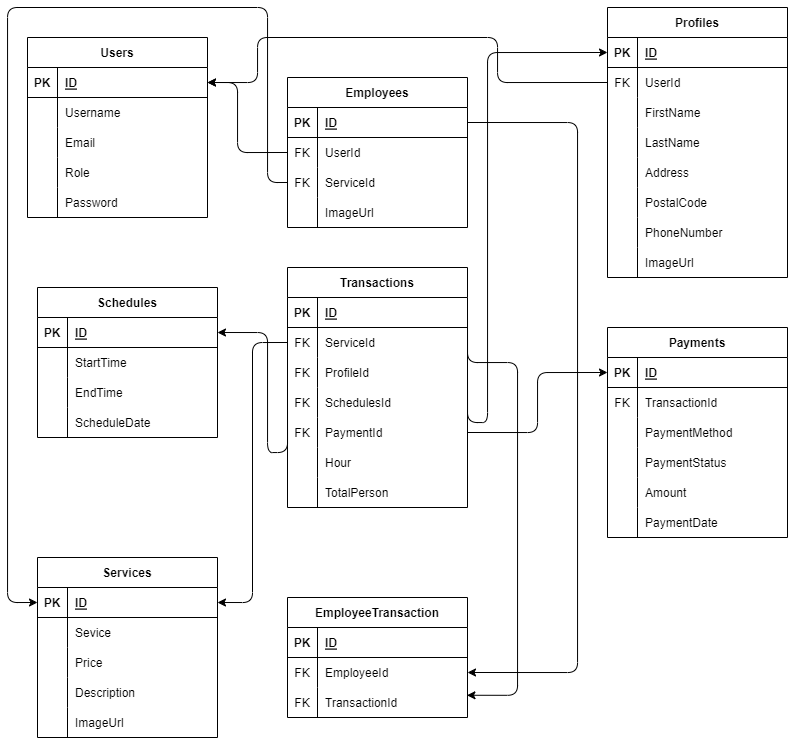
This is schema.drawio.png from Go-Cleen/SpotlessNess, a draw.io export, as it was before one commit. Source tidied: cells renumbered, new cells last; positions are measured from the earlier drawing's top-left corner, leaving out a move shared by most shapes.
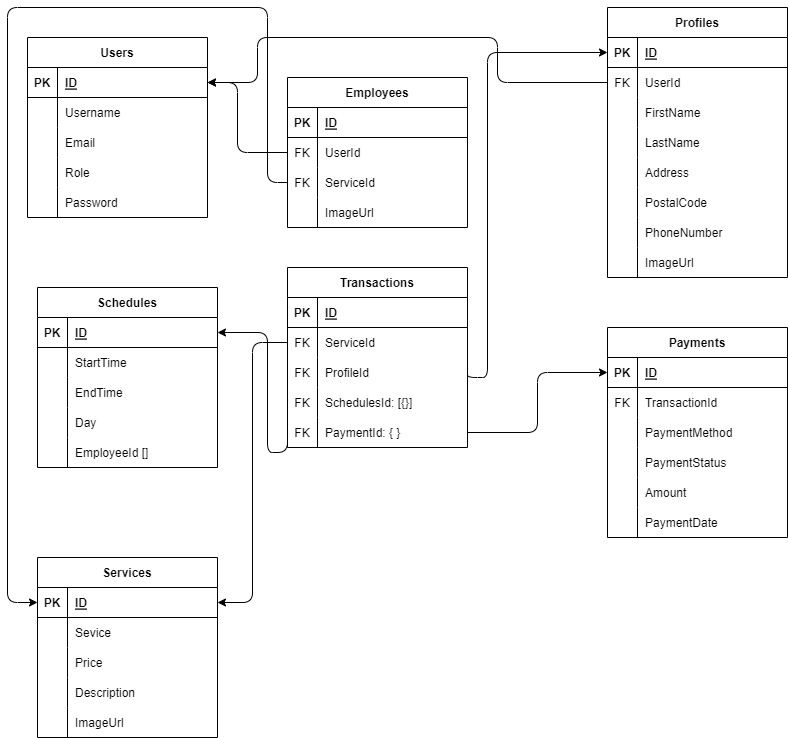
The same diagram one commit later.

The edit, as a diff of the source:
```diff
@@ -174,7 +174,7 @@
       <mxGeometry x="30" width="150" height="30" as="geometry" />
     </mxCell>
     <mxCell id="59" value="Transactions" style="shape=table;startSize=30;rowLines=0;fontStyle=1;align=center;" parent="1" vertex="1">
-      <mxGeometry x="280" y="260" width="180" height="240" as="geometry" />
+      <mxGeometry x="280" y="260" width="180" height="180" as="geometry" />
     </mxCell>
     <mxCell id="60" style="shape=tableRow;horizontal=0;startSize=0;swimlaneHead=0;swimlaneBody=0;fillColor=none;points=[[0,0.5],[1,0.5]];portConstraint=eastwest;top=0;left=0;right=0;bottom=1;" parent="59" vertex="1">
       <mxGeometry y="30" width="180" height="30" as="geometry" />
@@ -209,7 +209,7 @@
     <mxCell id="70" value="FK" style="shape=partialRectangle;fillColor=none;top=0;left=0;bottom=0;right=0;overflow=hidden;" parent="69" vertex="1">
       <mxGeometry width="30" height="30" as="geometry" />
     </mxCell>
-    <mxCell id="71" value="SchedulesId" style="shape=partialRectangle;fillColor=none;top=0;left=0;bottom=0;right=0;align=left;spacingLeft=6;overflow=hidden;" parent="69" vertex="1">
+    <mxCell id="71" value="SchedulesId: [{}]" style="shape=partialRectangle;fillColor=none;top=0;left=0;bottom=0;right=0;align=left;spacingLeft=6;overflow=hidden;" parent="69" vertex="1">
       <mxGeometry x="30" width="150" height="30" as="geometry" />
     </mxCell>
     <mxCell id="72" style="shape=tableRow;horizontal=0;startSize=0;swimlaneHead=0;swimlaneBody=0;fillColor=none;points=[[0,0.5],[1,0.5]];portConstraint=eastwest;top=0;left=0;right=0;bottom=0;" parent="59" vertex="1">
@@ -218,27 +218,9 @@
     <mxCell id="73" value="FK" style="shape=partialRectangle;fillColor=none;top=0;left=0;bottom=0;right=0;overflow=hidden;" parent="72" vertex="1">
       <mxGeometry width="30" height="30" as="geometry" />
     </mxCell>
-    <mxCell id="74" value="PaymentId" style="shape=partialRectangle;fillColor=none;top=0;left=0;bottom=0;right=0;align=left;spacingLeft=6;overflow=hidden;" parent="72" vertex="1">
+    <mxCell id="74" value="PaymentId: { }" style="shape=partialRectangle;fillColor=none;top=0;left=0;bottom=0;right=0;align=left;spacingLeft=6;overflow=hidden;" parent="72" vertex="1">
       <mxGeometry x="30" width="150" height="30" as="geometry" />
     </mxCell>
-    <mxCell id="75" style="shape=tableRow;horizontal=0;startSize=0;swimlaneHead=0;swimlaneBody=0;fillColor=none;top=0;left=0;right=0;bottom=0;" parent="59" vertex="1">
-      <mxGeometry y="180" width="180" height="30" as="geometry" />
-    </mxCell>
-    <mxCell id="76" style="shape=partialRectangle;fillColor=none;top=0;left=0;bottom=0;right=0;overflow=hidden;" parent="75" vertex="1">
-      <mxGeometry width="30" height="30" as="geometry" />
-    </mxCell>
-    <mxCell id="77" value="Hour" style="shape=partialRectangle;fillColor=none;top=0;left=0;bottom=0;right=0;align=left;spacingLeft=6;overflow=hidden;" parent="75" vertex="1">
-      <mxGeometry x="30" width="150" height="30" as="geometry" />
-    </mxCell>
-    <mxCell id="78" style="shape=tableRow;horizontal=0;startSize=0;swimlaneHead=0;swimlaneBody=0;fillColor=none;top=0;left=0;right=0;bottom=0;" parent="59" vertex="1">
-      <mxGeometry y="210" width="180" height="30" as="geometry" />
-    </mxCell>
-    <mxCell id="79" style="shape=partialRectangle;fillColor=none;top=0;left=0;bottom=0;right=0;overflow=hidden;" parent="78" vertex="1">
-      <mxGeometry width="30" height="30" as="geometry" />
-    </mxCell>
-    <mxCell id="80" value="TotalPerson" style="shape=partialRectangle;fillColor=none;top=0;left=0;bottom=0;right=0;align=left;spacingLeft=6;overflow=hidden;" parent="78" vertex="1">
-      <mxGeometry x="30" width="150" height="30" as="geometry" />
-    </mxCell>
     <mxCell id="81" value="Employees" style="shape=table;startSize=30;rowLines=0;fontStyle=1;align=center;" parent="1" vertex="1">
       <mxGeometry x="280" y="70" width="180" height="150" as="geometry" />
     </mxCell>
@@ -336,7 +318,7 @@
       <mxGeometry x="30" width="150" height="30" as="geometry" />
     </mxCell>
     <mxCell id="113" value="Schedules" style="shape=table;startSize=30;rowLines=0;fontStyle=1;align=center;" parent="1" vertex="1">
-      <mxGeometry x="30" y="280" width="180" height="150" as="geometry" />
+      <mxGeometry x="30" y="280" width="180" height="180" as="geometry" />
     </mxCell>
     <mxCell id="114" style="shape=tableRow;horizontal=0;startSize=0;swimlaneHead=0;swimlaneBody=0;fillColor=none;points=[[0,0.5],[1,0.5]];portConstraint=eastwest;top=0;left=0;right=0;bottom=1;" parent="113" vertex="1">
       <mxGeometry y="30" width="180" height="30" as="geometry" />
@@ -365,13 +347,22 @@
     <mxCell id="122" value="EndTime" style="shape=partialRectangle;fillColor=none;top=0;left=0;bottom=0;right=0;align=left;spacingLeft=6;overflow=hidden;" parent="120" vertex="1">
       <mxGeometry x="30" width="150" height="30" as="geometry" />
     </mxCell>
+    <mxCell id="145" style="shape=tableRow;horizontal=0;startSize=0;swimlaneHead=0;swimlaneBody=0;fillColor=none;top=0;left=0;right=0;bottom=0;" parent="113" vertex="1">
+      <mxGeometry y="120" width="180" height="30" as="geometry" />
+    </mxCell>
+    <mxCell id="146" style="shape=partialRectangle;fillColor=none;top=0;left=0;bottom=0;right=0;overflow=hidden;" parent="145" vertex="1">
+      <mxGeometry width="30" height="30" as="geometry" />
+    </mxCell>
+    <mxCell id="147" value="Day" style="shape=partialRectangle;fillColor=none;top=0;left=0;bottom=0;right=0;align=left;spacingLeft=6;overflow=hidden;" parent="145" vertex="1">
+      <mxGeometry x="30" width="150" height="30" as="geometry" />
+    </mxCell>
     <mxCell id="123" style="shape=tableRow;horizontal=0;startSize=0;swimlaneHead=0;swimlaneBody=0;fillColor=none;top=0;left=0;right=0;bottom=0;" parent="113" vertex="1">
-      <mxGeometry y="120" width="180" height="30" as="geometry" />
+      <mxGeometry y="150" width="180" height="30" as="geometry" />
     </mxCell>
     <mxCell id="124" style="shape=partialRectangle;fillColor=none;top=0;left=0;bottom=0;right=0;overflow=hidden;" parent="123" vertex="1">
       <mxGeometry width="30" height="30" as="geometry" />
     </mxCell>
-    <mxCell id="125" value="ScheduleDate" style="shape=partialRectangle;fillColor=none;top=0;left=0;bottom=0;right=0;align=left;spacingLeft=6;overflow=hidden;" parent="123" vertex="1">
+    <mxCell id="125" value="EmployeeId []" style="shape=partialRectangle;fillColor=none;top=0;left=0;bottom=0;right=0;align=left;spacingLeft=6;overflow=hidden;" parent="123" vertex="1">
       <mxGeometry x="30" width="150" height="30" as="geometry" />
     </mxCell>
     <mxCell id="126" style="edgeStyle=orthogonalEdgeStyle;html=1;exitX=0;exitY=0.5;exitDx=0;exitDy=0;entryX=1;entryY=0.5;entryDx=0;entryDy=0;" parent="1" edge="1" source="22" target="3">
@@ -398,7 +389,8 @@
     <mxCell id="129" style="edgeStyle=orthogonalEdgeStyle;html=1;exitX=1;exitY=0.5;exitDx=0;exitDy=0;entryX=0;entryY=0.5;entryDx=0;entryDy=0;" parent="1" edge="1" source="66" target="19">
       <mxGeometry relative="1" as="geometry">
         <Array as="points">
-          <mxPoint x="480" y="415" />
+          <mxPoint x="460" y="370" />
+          <mxPoint x="480" y="370" />
           <mxPoint x="480" y="45" />
         </Array>
       </mxGeometry>
@@ -424,51 +416,5 @@
         </Array>
       </mxGeometry>
     </mxCell>
-    <mxCell id="133" value="EmployeeTransaction" style="shape=table;startSize=30;rowLines=0;fontStyle=1;align=center;" parent="1" vertex="1">
-      <mxGeometry x="280" y="590" width="180" height="120" as="geometry" />
-    </mxCell>
-    <mxCell id="134" style="shape=tableRow;horizontal=0;startSize=0;swimlaneHead=0;swimlaneBody=0;fillColor=none;top=0;left=0;right=0;bottom=1;" parent="133" vertex="1">
-      <mxGeometry y="30" width="180" height="30" as="geometry" />
-    </mxCell>
-    <mxCell id="135" value="PK" style="shape=partialRectangle;fillColor=none;top=0;left=0;bottom=0;right=0;fontStyle=1;overflow=hidden;" parent="134" vertex="1">
-      <mxGeometry width="30" height="30" as="geometry" />
-    </mxCell>
-    <mxCell id="136" value="ID" style="shape=partialRectangle;fillColor=none;top=0;left=0;bottom=0;right=0;align=left;spacingLeft=6;fontStyle=5;overflow=hidden;" parent="134" vertex="1">
-      <mxGeometry x="30" width="150" height="30" as="geometry" />
-    </mxCell>
-    <mxCell id="137" style="shape=tableRow;horizontal=0;startSize=0;swimlaneHead=0;swimlaneBody=0;fillColor=none;points=[[0,0.5],[1,0.5]];portConstraint=eastwest;top=0;left=0;right=0;bottom=0;" parent="133" vertex="1">
-      <mxGeometry y="60" width="180" height="30" as="geometry" />
-    </mxCell>
-    <mxCell id="138" value="FK" style="shape=partialRectangle;fillColor=none;top=0;left=0;bottom=0;right=0;overflow=hidden;" parent="137" vertex="1">
-      <mxGeometry width="30" height="30" as="geometry" />
-    </mxCell>
-    <mxCell id="139" value="EmployeeId" style="shape=partialRectangle;fillColor=none;top=0;left=0;bottom=0;right=0;align=left;spacingLeft=6;overflow=hidden;" parent="137" vertex="1">
-      <mxGeometry x="30" width="150" height="30" as="geometry" />
-    </mxCell>
-    <mxCell id="140" style="shape=tableRow;horizontal=0;startSize=0;swimlaneHead=0;swimlaneBody=0;fillColor=none;points=[[0,0.5],[1,0.5]];portConstraint=eastwest;top=0;left=0;right=0;bottom=0;" parent="133" vertex="1">
-      <mxGeometry y="90" width="180" height="30" as="geometry" />
-    </mxCell>
-    <mxCell id="141" value="FK" style="shape=partialRectangle;fillColor=none;top=0;left=0;bottom=0;right=0;overflow=hidden;" parent="140" vertex="1">
-      <mxGeometry width="30" height="30" as="geometry" />
-    </mxCell>
-    <mxCell id="142" value="TransactionId" style="shape=partialRectangle;fillColor=none;top=0;left=0;bottom=0;right=0;align=left;spacingLeft=6;overflow=hidden;" parent="140" vertex="1">
-      <mxGeometry x="30" width="150" height="30" as="geometry" />
-    </mxCell>
-    <mxCell id="143" style="edgeStyle=orthogonalEdgeStyle;html=1;exitX=1;exitY=0.5;exitDx=0;exitDy=0;entryX=0.997;entryY=0.259;entryDx=0;entryDy=0;entryPerimeter=0;" parent="1" edge="1" source="60" target="140">
-      <mxGeometry relative="1" as="geometry">
-        <Array as="points">
-          <mxPoint x="510" y="355" />
-          <mxPoint x="510" y="688" />
-        </Array>
-      </mxGeometry>
-    </mxCell>
-    <mxCell id="144" style="edgeStyle=orthogonalEdgeStyle;html=1;exitX=1;exitY=0.5;exitDx=0;exitDy=0;entryX=1;entryY=0.5;entryDx=0;entryDy=0;" parent="1" edge="1" source="82" target="137">
-      <mxGeometry relative="1" as="geometry">
-        <Array as="points">
-          <mxPoint x="570" y="115" />
-          <mxPoint x="570" y="665" />
-        </Array>
-      </mxGeometry>
-    </mxCell>
   </root>
 </mxGraphModel>
```
